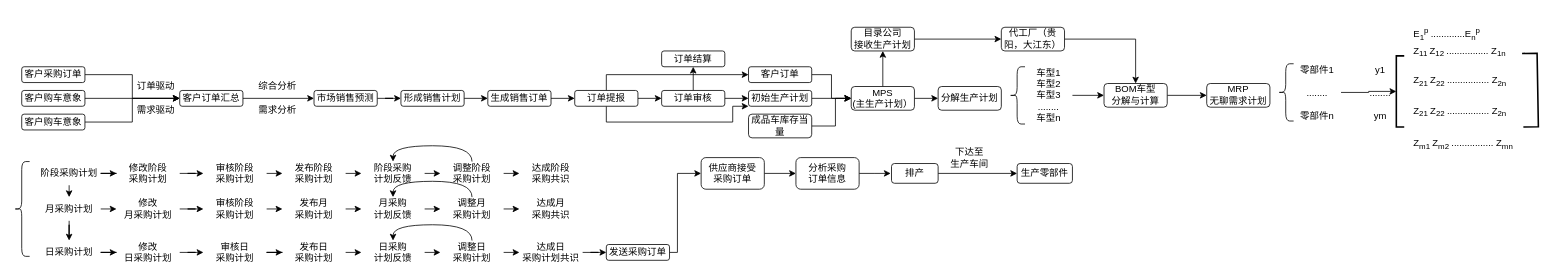
Earlier version of the draw.io diagram mes+erp.drawio (yudar1024/drawio). Source tidied: cells renumbered, new cells numbered last; positions are measured from the earlier drawing's top-left corner, leaving out a move shared by most shapes. Both pictures are drawn from the tidied source at 79%, with x=0, y=0 at pixel (13, 13).
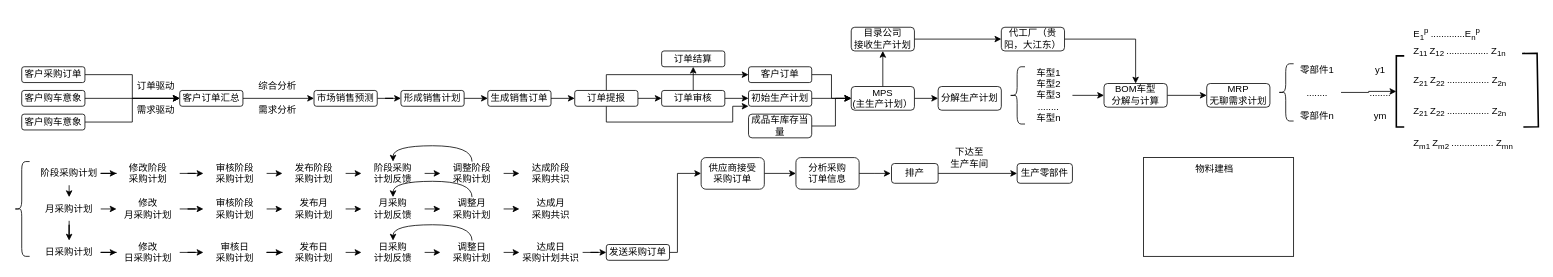
Above is the later version.

What changed in the source:
```diff
@@
+    <mxCell id="116" style="rounded=0;whiteSpace=wrap;html=1;" parent="1" vertex="1">
+      <mxGeometry x="1430" y="182" width="190" height="125" as="geometry" />
+    </mxCell>
+    <mxCell id="117" value="物料建档" style="text;html=1;strokeColor=none;fillColor=none;align=center;verticalAlign=middle;whiteSpace=wrap;rounded=0;" parent="1" vertex="1">
+      <mxGeometry x="1490" y="182" width="60" height="30" as="geometry" />
+    </mxCell>
```
